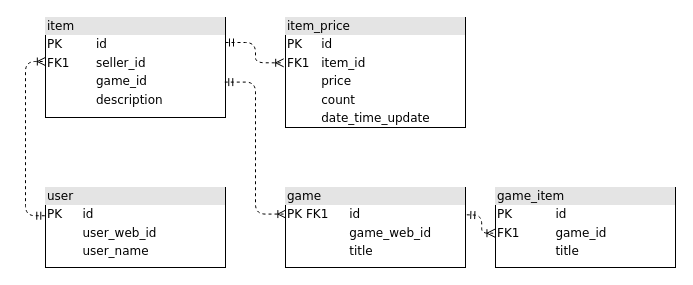
highzor/html-parser-app keeps this draw.io diagram as Web.Html.Parser.App/schema.drawio. Above is the earlier version. Source tidied: cells renumbered, new cells numbered last; positions are measured from the earlier drawing's top-left corner, leaving out a move shared by most shapes. Both pictures are drawn from the tidied source at 100%, with x=0, y=0 at pixel (25, 17).
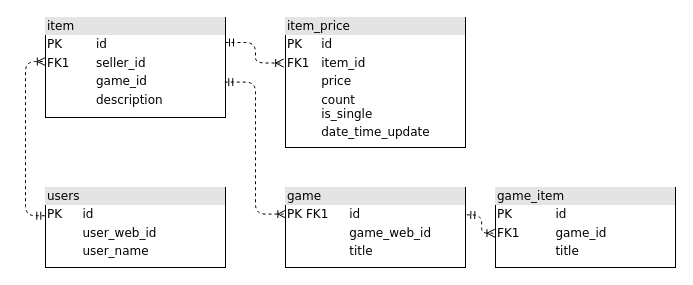
The same diagram, later.

The edit, as a diff of the source:
```diff
@@
 <mxGraphModel>
   <root>
     <mxCell id="0" />
     <mxCell id="1" parent="0" />
     <mxCell id="2" style="edgeStyle=orthogonalEdgeStyle;html=1;dashed=1;labelBackgroundColor=none;startArrow=ERmandOne;endArrow=ERoneToMany;fontFamily=Verdana;fontSize=12;align=left;exitX=-0.004;exitY=0.353;exitDx=0;exitDy=0;exitPerimeter=0;entryX=-0.001;entryY=0.44;entryDx=0;entryDy=0;entryPerimeter=0;" parent="1" edge="1" source="3" target="4">
       <mxGeometry relative="1" as="geometry">
         <Array as="points">
           <mxPoint y="198" />
           <mxPoint y="44" />
         </Array>
       </mxGeometry>
     </mxCell>
-    <mxCell id="3" value="&lt;div style=&quot;box-sizing: border-box ; width: 100% ; background: #e4e4e4 ; padding: 2px&quot;&gt;user&lt;/div&gt;&lt;table style=&quot;width: 100% ; font-size: 1em&quot; cellpadding=&quot;2&quot; cellspacing=&quot;0&quot;&gt;&lt;tbody&gt;&lt;tr&gt;&lt;td&gt;PK&lt;/td&gt;&lt;td&gt;id&lt;/td&gt;&lt;/tr&gt;&lt;tr&gt;&lt;td&gt;&lt;br&gt;&lt;/td&gt;&lt;td&gt;user_web_id&lt;/td&gt;&lt;/tr&gt;&lt;tr&gt;&lt;td&gt;&lt;/td&gt;&lt;td&gt;user_name&lt;/td&gt;&lt;/tr&gt;&lt;/tbody&gt;&lt;/table&gt;" style="verticalAlign=top;align=left;overflow=fill;html=1;rounded=0;shadow=0;comic=0;labelBackgroundColor=none;strokeWidth=1;fontFamily=Verdana;fontSize=12;" parent="1" vertex="1">
+    <mxCell id="3" value="&lt;div style=&quot;box-sizing: border-box ; width: 100% ; background: #e4e4e4 ; padding: 2px&quot;&gt;users&lt;/div&gt;&lt;table style=&quot;width: 100% ; font-size: 1em&quot; cellpadding=&quot;2&quot; cellspacing=&quot;0&quot;&gt;&lt;tbody&gt;&lt;tr&gt;&lt;td&gt;PK&lt;/td&gt;&lt;td&gt;id&lt;/td&gt;&lt;/tr&gt;&lt;tr&gt;&lt;td&gt;&lt;br&gt;&lt;/td&gt;&lt;td&gt;user_web_id&lt;/td&gt;&lt;/tr&gt;&lt;tr&gt;&lt;td&gt;&lt;/td&gt;&lt;td&gt;user_name&lt;/td&gt;&lt;/tr&gt;&lt;/tbody&gt;&lt;/table&gt;" style="verticalAlign=top;align=left;overflow=fill;html=1;rounded=0;shadow=0;comic=0;labelBackgroundColor=none;strokeWidth=1;fontFamily=Verdana;fontSize=12;" parent="1" vertex="1">
       <mxGeometry x="20" y="170" width="180" height="80" as="geometry" />
     </mxCell>
     <mxCell id="4" value="&lt;div style=&quot;box-sizing:border-box;width:100%;background:#e4e4e4;padding:2px;&quot;&gt;item&lt;/div&gt;&lt;table style=&quot;width:100%;font-size:1em;&quot; cellpadding=&quot;2&quot; cellspacing=&quot;0&quot;&gt;&lt;tbody&gt;&lt;tr&gt;&lt;td&gt;PK&lt;/td&gt;&lt;td&gt;id&lt;/td&gt;&lt;/tr&gt;&lt;tr&gt;&lt;td&gt;FK1&lt;br&gt;&lt;/td&gt;&lt;td&gt;seller_id&lt;/td&gt;&lt;/tr&gt;&lt;tr&gt;&lt;td&gt;&lt;br&gt;&lt;/td&gt;&lt;td&gt;game_id&lt;/td&gt;&lt;/tr&gt;&lt;tr&gt;&lt;td&gt;&lt;br&gt;&lt;/td&gt;&lt;td&gt;description&lt;br&gt;&lt;/td&gt;&lt;/tr&gt;&lt;tr&gt;&lt;td&gt;&lt;br&gt;&lt;/td&gt;&lt;td&gt;&lt;br&gt;&lt;/td&gt;&lt;/tr&gt;&lt;/tbody&gt;&lt;/table&gt;" style="verticalAlign=top;align=left;overflow=fill;html=1;rounded=0;shadow=0;comic=0;labelBackgroundColor=none;strokeWidth=1;fontFamily=Verdana;fontSize=12;" parent="1" vertex="1">
       <mxGeometry x="20" width="180" height="100" as="geometry" />
     </mxCell>
-    <mxCell id="5" value="&lt;div style=&quot;box-sizing:border-box;width:100%;background:#e4e4e4;padding:2px;&quot;&gt;item_price&lt;/div&gt;&lt;table style=&quot;width:100%;font-size:1em;&quot; cellpadding=&quot;2&quot; cellspacing=&quot;0&quot;&gt;&lt;tbody&gt;&lt;tr&gt;&lt;td&gt;PK&lt;/td&gt;&lt;td&gt;id&lt;/td&gt;&lt;/tr&gt;&lt;tr&gt;&lt;td&gt;FK1&lt;/td&gt;&lt;td&gt;item_id&lt;/td&gt;&lt;/tr&gt;&lt;tr&gt;&lt;td&gt;&lt;br&gt;&lt;/td&gt;&lt;td&gt;price&lt;/td&gt;&lt;/tr&gt;&lt;tr&gt;&lt;td&gt;&lt;br&gt;&lt;/td&gt;&lt;td&gt;count&lt;br&gt;&lt;/td&gt;&lt;/tr&gt;&lt;tr&gt;&lt;td&gt;&lt;br&gt;&lt;/td&gt;&lt;td&gt;date_time_update&lt;br&gt;&lt;/td&gt;&lt;/tr&gt;&lt;/tbody&gt;&lt;/table&gt;" style="verticalAlign=top;align=left;overflow=fill;html=1;rounded=0;shadow=0;comic=0;labelBackgroundColor=none;strokeWidth=1;fontFamily=Verdana;fontSize=12;" parent="1" vertex="1">
-      <mxGeometry x="260" width="180" height="110" as="geometry" />
+    <mxCell id="5" value="&lt;div style=&quot;box-sizing:border-box;width:100%;background:#e4e4e4;padding:2px;&quot;&gt;item_price&lt;/div&gt;&lt;table style=&quot;width:100%;font-size:1em;&quot; cellpadding=&quot;2&quot; cellspacing=&quot;0&quot;&gt;&lt;tbody&gt;&lt;tr&gt;&lt;td&gt;PK&lt;/td&gt;&lt;td&gt;id&lt;/td&gt;&lt;/tr&gt;&lt;tr&gt;&lt;td&gt;FK1&lt;/td&gt;&lt;td&gt;item_id&lt;/td&gt;&lt;/tr&gt;&lt;tr&gt;&lt;td&gt;&lt;br&gt;&lt;/td&gt;&lt;td&gt;price&lt;/td&gt;&lt;/tr&gt;&lt;tr&gt;&lt;td&gt;&lt;br&gt;&lt;/td&gt;&lt;td&gt;count&lt;br&gt;is_single&lt;/td&gt;&lt;/tr&gt;&lt;tr&gt;&lt;td&gt;&lt;br&gt;&lt;/td&gt;&lt;td&gt;date_time_update&lt;br&gt;&lt;/td&gt;&lt;/tr&gt;&lt;/tbody&gt;&lt;/table&gt;" style="verticalAlign=top;align=left;overflow=fill;html=1;rounded=0;shadow=0;comic=0;labelBackgroundColor=none;strokeWidth=1;fontFamily=Verdana;fontSize=12;" parent="1" vertex="1">
+      <mxGeometry x="260" width="180" height="130" as="geometry" />
     </mxCell>
-    <mxCell id="6" style="edgeStyle=orthogonalEdgeStyle;html=1;dashed=1;labelBackgroundColor=none;startArrow=ERmandOne;endArrow=ERoneToMany;fontFamily=Verdana;fontSize=12;align=left;exitX=1;exitY=0.25;exitDx=0;exitDy=0;entryX=-0.01;entryY=0.412;entryDx=0;entryDy=0;entryPerimeter=0;" parent="1" edge="1" source="4" target="5">
+    <mxCell id="6" style="edgeStyle=orthogonalEdgeStyle;html=1;dashed=1;labelBackgroundColor=none;startArrow=ERmandOne;endArrow=ERoneToMany;fontFamily=Verdana;fontSize=12;align=left;exitX=1;exitY=0.25;exitDx=0;exitDy=0;entryX=-0.01;entryY=0.35;entryDx=0;entryDy=0;entryPerimeter=0;" parent="1" edge="1" source="4" target="5">
       <mxGeometry x="0.49" y="-187" relative="1" as="geometry">
         <mxPoint x="-27" y="98" as="offset" />
       </mxGeometry>
     </mxCell>
     <mxCell id="7" value="&lt;div style=&quot;box-sizing:border-box;width:100%;background:#e4e4e4;padding:2px;&quot;&gt;game&lt;/div&gt;&lt;table style=&quot;width:100%;font-size:1em;&quot; cellpadding=&quot;2&quot; cellspacing=&quot;0&quot;&gt;&lt;tbody&gt;&lt;tr&gt;&lt;td&gt;PK FK1&lt;/td&gt;&lt;td&gt;id&lt;/td&gt;&lt;/tr&gt;&lt;tr&gt;&lt;td&gt;&lt;br&gt;&lt;/td&gt;&lt;td&gt;game_web_id&lt;/td&gt;&lt;/tr&gt;&lt;tr&gt;&lt;td&gt;&lt;br&gt;&lt;/td&gt;&lt;td&gt;title&lt;/td&gt;&lt;/tr&gt;&lt;/tbody&gt;&lt;/table&gt;" style="verticalAlign=top;align=left;overflow=fill;html=1;rounded=0;shadow=0;comic=0;labelBackgroundColor=none;strokeWidth=1;fontFamily=Verdana;fontSize=12;" parent="1" vertex="1">
       <mxGeometry x="260" y="170" width="180" height="80" as="geometry" />
     </mxCell>
     <mxCell id="8" style="edgeStyle=orthogonalEdgeStyle;html=1;dashed=1;labelBackgroundColor=none;startArrow=ERmandOne;endArrow=ERoneToMany;fontFamily=Verdana;fontSize=12;align=left;exitX=0.996;exitY=0.646;exitDx=0;exitDy=0;entryX=0.002;entryY=0.332;entryDx=0;entryDy=0;entryPerimeter=0;exitPerimeter=0;" parent="1" edge="1" source="4" target="7">
       <mxGeometry x="0.49" y="-187" relative="1" as="geometry">
         <mxPoint x="-27" y="98" as="offset" />
       </mxGeometry>
     </mxCell>
     <mxCell id="9" value="&lt;div style=&quot;box-sizing:border-box;width:100%;background:#e4e4e4;padding:2px;&quot;&gt;game_item&lt;/div&gt;&lt;table style=&quot;width:100%;font-size:1em;&quot; cellpadding=&quot;2&quot; cellspacing=&quot;0&quot;&gt;&lt;tbody&gt;&lt;tr&gt;&lt;td&gt;PK&lt;/td&gt;&lt;td&gt;id&lt;/td&gt;&lt;/tr&gt;&lt;tr&gt;&lt;td&gt;FK1&lt;br&gt;&lt;/td&gt;&lt;td&gt;game_id&lt;/td&gt;&lt;/tr&gt;&lt;tr&gt;&lt;td&gt;&lt;br&gt;&lt;/td&gt;&lt;td&gt;title&lt;/td&gt;&lt;/tr&gt;&lt;/tbody&gt;&lt;/table&gt;" style="verticalAlign=top;align=left;overflow=fill;html=1;rounded=0;shadow=0;comic=0;labelBackgroundColor=none;strokeWidth=1;fontFamily=Verdana;fontSize=12;" parent="1" vertex="1">
       <mxGeometry x="470" y="170" width="180" height="80" as="geometry" />
     </mxCell>
     <mxCell id="10" style="edgeStyle=orthogonalEdgeStyle;html=1;dashed=1;labelBackgroundColor=none;startArrow=ERmandOne;endArrow=ERoneToMany;fontFamily=Verdana;fontSize=12;align=left;exitX=1.007;exitY=0.316;exitDx=0;exitDy=0;exitPerimeter=0;entryX=-0.003;entryY=0.571;entryDx=0;entryDy=0;entryPerimeter=0;" parent="1" edge="1" target="9">
       <mxGeometry x="0.49" y="-187" relative="1" as="geometry">
         <mxPoint x="441.3" y="197.3" as="sourcePoint" />
         <mxPoint x="-27" y="98" as="offset" />
       </mxGeometry>
     </mxCell>
   </root>
 </mxGraphModel>
```
